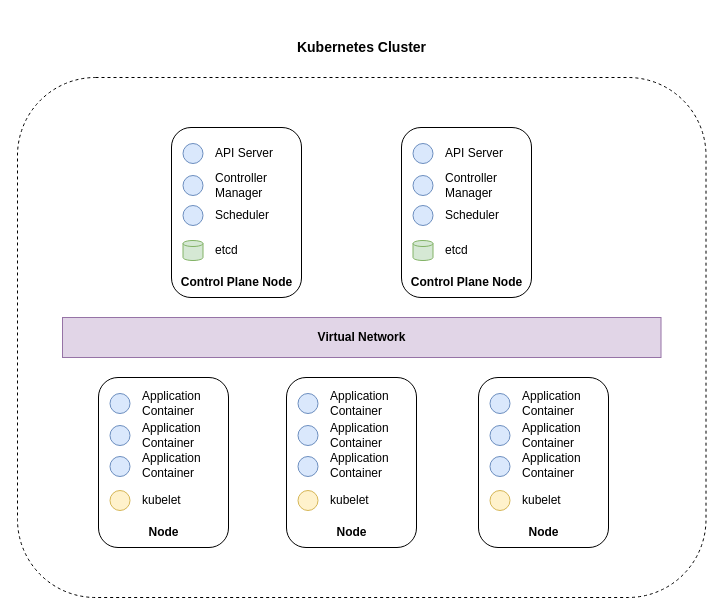
Earlier version of the draw.io diagram docs/kubernetes_high_level_architecture.drawio (Kayra/practice-kubernetes). Source tidied: cells renumbered, new cells numbered last; positions are measured from the earlier drawing's top-left corner, leaving out a move shared by most shapes. Both pictures are drawn from the tidied source at 100%, with x=0, y=0 at pixel (17, 17).
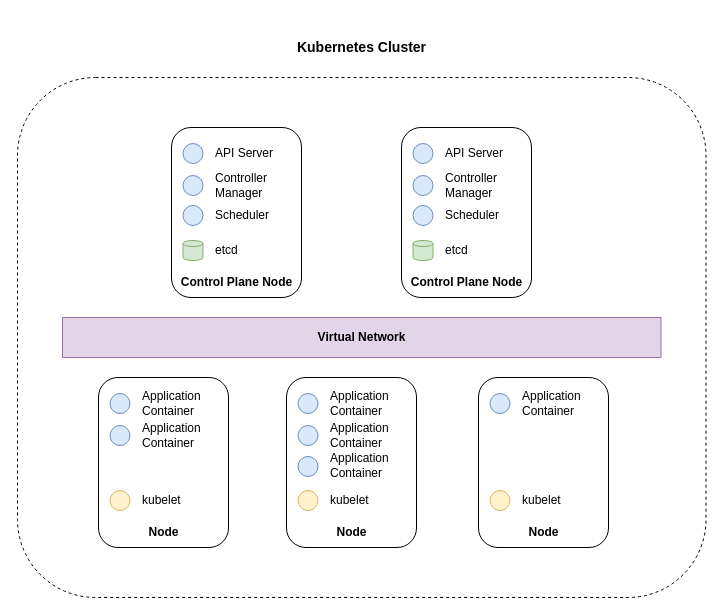
After the change.

The edit, as a diff of the source:
```diff
@@
+    <mxCell id="53" style="rounded=1;whiteSpace=wrap;html=1;fillColor=none;dashed=1;" parent="1" vertex="1">
+      <mxGeometry y="60" width="688.5" height="520" as="geometry" />
+    </mxCell>
@@
-    <mxCell id="38" style="ellipse;whiteSpace=wrap;html=1;fillColor=#dae8fc;strokeColor=#6c8ebf;" parent="1" vertex="1">
-      <mxGeometry x="92.5" y="439" width="20" height="20" as="geometry" />
-    </mxCell>
-    <mxCell id="39" value="Application&lt;br&gt;Container" style="text;html=1;strokeColor=none;fillColor=none;align=left;verticalAlign=middle;whiteSpace=wrap;rounded=0;" parent="1" vertex="1">
-      <mxGeometry x="122.5" y="434" width="100.5" height="27" as="geometry" />
-    </mxCell>
@@
-    <mxCell id="46" style="ellipse;whiteSpace=wrap;html=1;fillColor=#dae8fc;strokeColor=#6c8ebf;" parent="1" vertex="1">
-      <mxGeometry x="472.5" y="408" width="20" height="20" as="geometry" />
-    </mxCell>
-    <mxCell id="47" value="Application&lt;br&gt;Container" style="text;html=1;strokeColor=none;fillColor=none;align=left;verticalAlign=middle;whiteSpace=wrap;rounded=0;" parent="1" vertex="1">
-      <mxGeometry x="502.5" y="403" width="110" height="30" as="geometry" />
-    </mxCell>
-    <mxCell id="48" style="ellipse;whiteSpace=wrap;html=1;fillColor=#dae8fc;strokeColor=#6c8ebf;" parent="1" vertex="1">
-      <mxGeometry x="472.5" y="439" width="20" height="20" as="geometry" />
-    </mxCell>
-    <mxCell id="49" value="Application&lt;br&gt;Container" style="text;html=1;strokeColor=none;fillColor=none;align=left;verticalAlign=middle;whiteSpace=wrap;rounded=0;" parent="1" vertex="1">
-      <mxGeometry x="502.5" y="434" width="100.5" height="27" as="geometry" />
-    </mxCell>
@@
-    <mxCell id="53" style="rounded=1;whiteSpace=wrap;html=1;fillColor=none;dashed=1;" parent="1" vertex="1">
-      <mxGeometry y="60" width="688.5" height="520" as="geometry" />
-    </mxCell>
```
